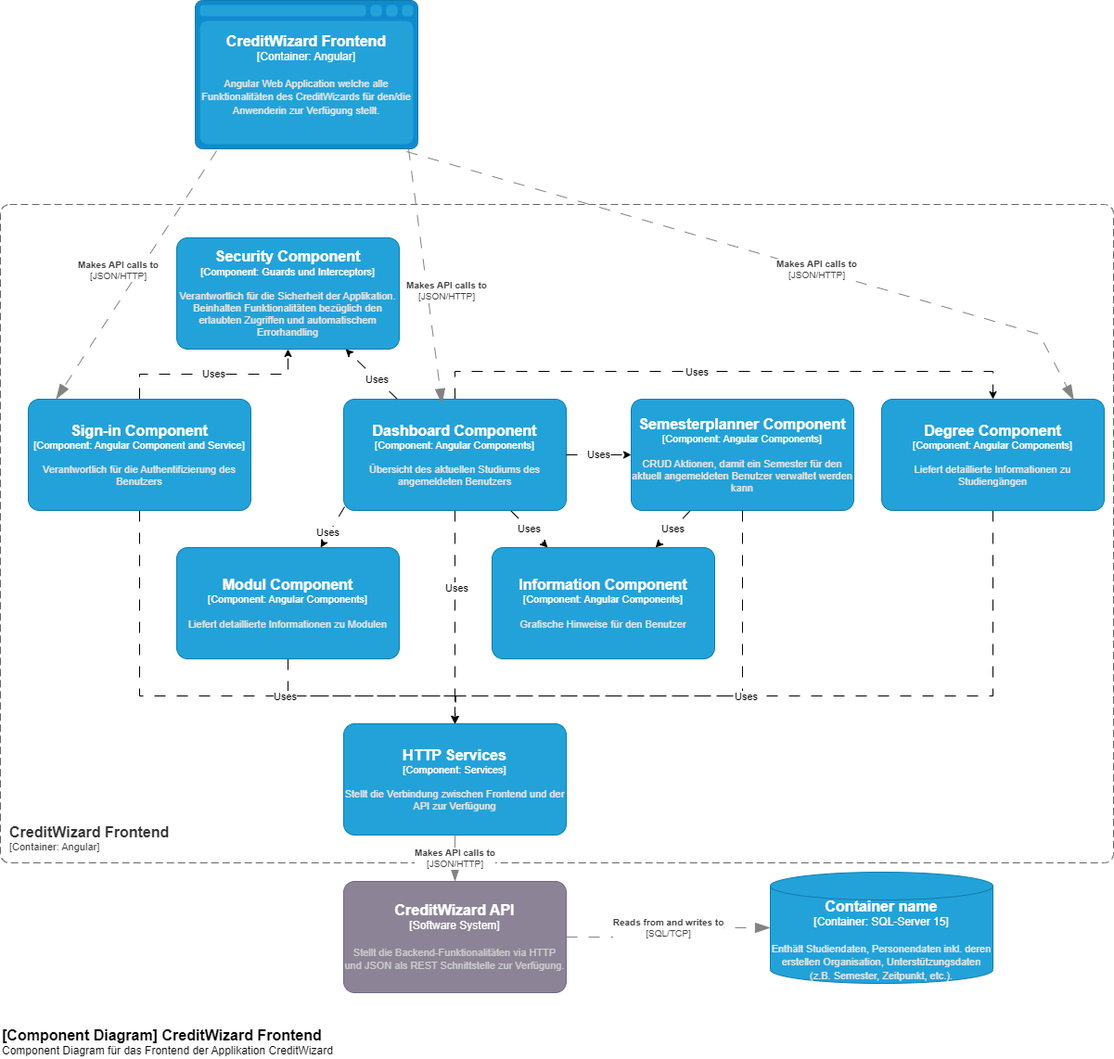
Above: docs/pictures/ComponentDiagram.png in Laars1/credit-wizard (draw.io), before the change. Source tidied: cells renumbered, new cells last; positions are measured from the earlier drawing's top-left corner, leaving out a move shared by most shapes.
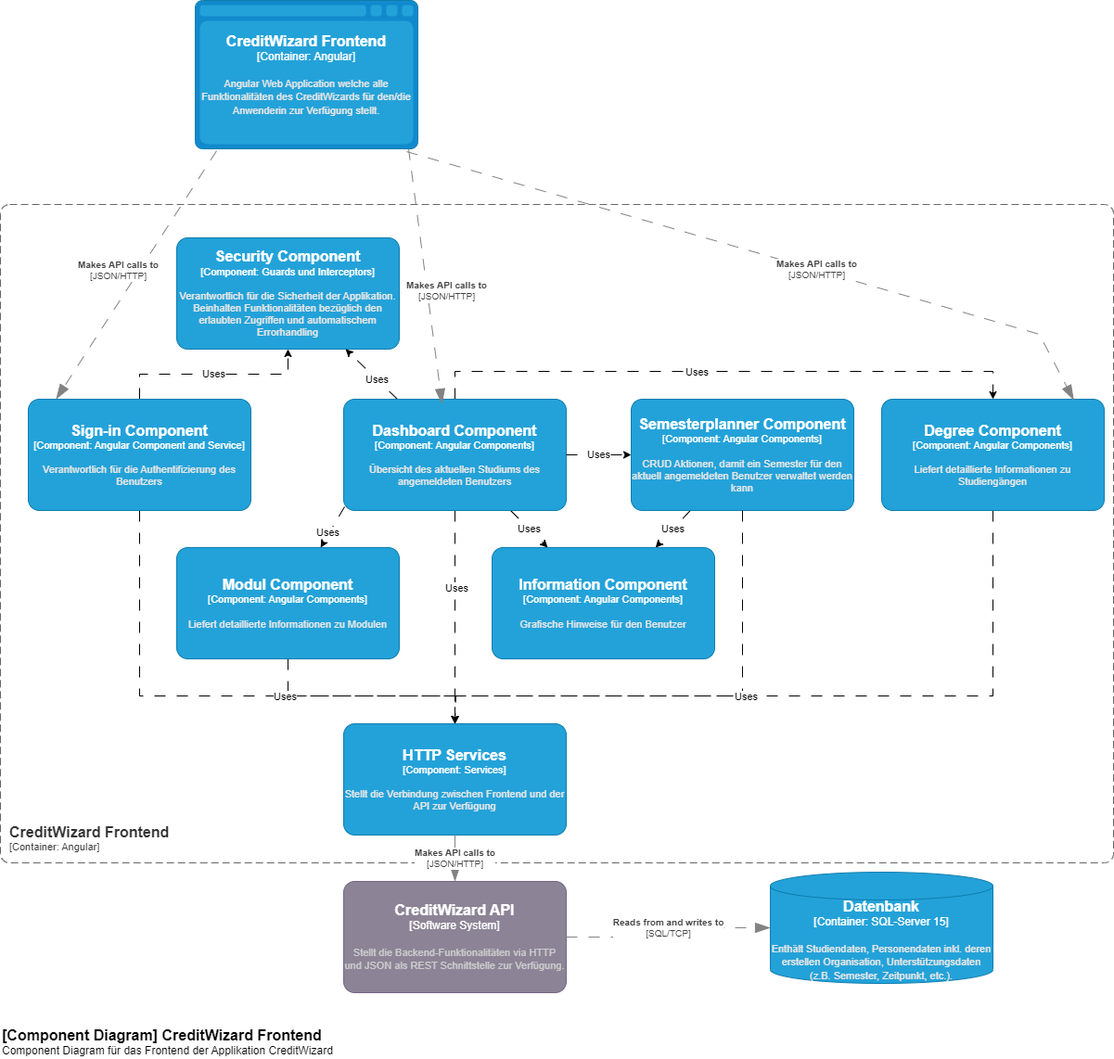
Later version of the same file.

Commit message:
updated diagram typos

Change to the diagram source:
```diff
@@ -152,7 +152,7 @@
         <mxPoint x="186" y="-1" as="offset" />
       </mxGeometry>
     </mxCell>
-    <object id="33" label="&lt;font style=&quot;font-size: 16px&quot;&gt;&lt;b&gt;%c4Type%&lt;/b&gt;&lt;/font&gt;&lt;div&gt;[%c4Container%:&amp;nbsp;%c4Technology%]&lt;/div&gt;&lt;br&gt;&lt;div&gt;&lt;font style=&quot;font-size: 11px&quot;&gt;&lt;font color=&quot;#E6E6E6&quot;&gt;%c4Description%&lt;/font&gt;&lt;/div&gt;" c4Container="Container" c4Description="Enthält Studiendaten, Personendaten inkl. deren erstellen Organisation, Unterstützungsdaten (z.B. Semester, Zeitpunkt, etc.)." c4Technology="SQL-Server 15" c4Type="Container name" placeholders="1">
+    <object id="33" label="&lt;font style=&quot;font-size: 16px&quot;&gt;&lt;b&gt;%c4Type%&lt;/b&gt;&lt;/font&gt;&lt;div&gt;[%c4Container%:&amp;nbsp;%c4Technology%]&lt;/div&gt;&lt;br&gt;&lt;div&gt;&lt;font style=&quot;font-size: 11px&quot;&gt;&lt;font color=&quot;#E6E6E6&quot;&gt;%c4Description%&lt;/font&gt;&lt;/div&gt;" c4Container="Container" c4Description="Enthält Studiendaten, Personendaten inkl. deren erstellen Organisation, Unterstützungsdaten (z.B. Semester, Zeitpunkt, etc.)." c4Technology="SQL-Server 15" c4Type="Datenbank" placeholders="1">
       <mxCell style="shape=cylinder3;size=15;whiteSpace=wrap;html=1;boundedLbl=1;rounded=0;labelBackgroundColor=none;fillColor=#23A2D9;fontSize=12;fontColor=#ffffff;align=center;strokeColor=#0E7DAD;points=[[0.5,0,0],[1,0.25,0],[1,0.5,0],[1,0.75,0],[0.5,1,0],[0,0.75,0],[0,0.5,0],[0,0.25,0]];rotation=0;" parent="1" vertex="1">
         <mxGeometry x="830" y="940" width="240" height="120" as="geometry" />
       </mxCell>
```
